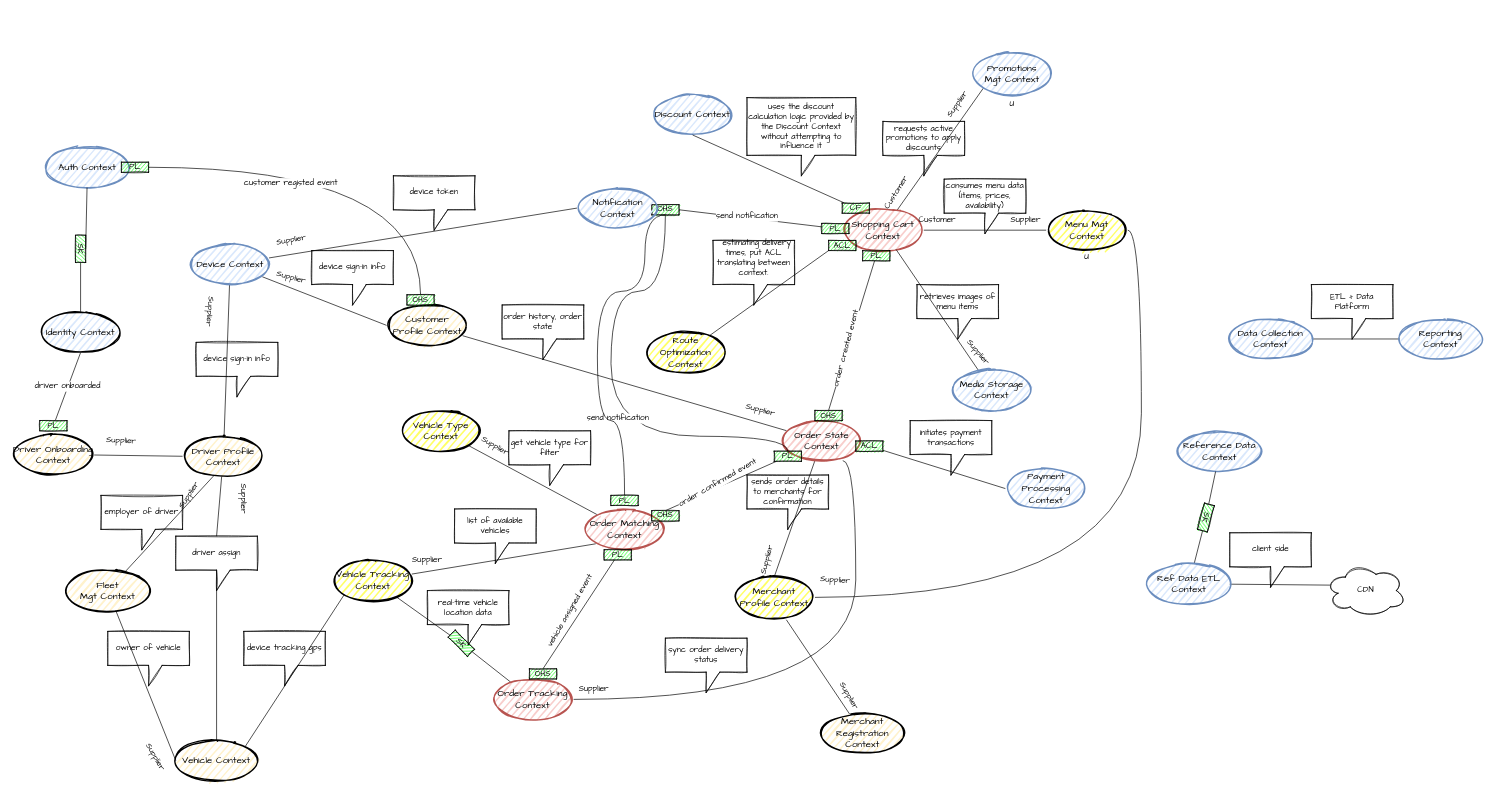
Above: page "context_map" (5 of 9) of food_delivery_design.drawio in darkclouds2357/food_order_delivery (draw.io), before the change. Source tidied: cells renumbered, new cells numbered last; positions are measured from the earlier drawing's top-left corner, leaving out a move shared by most shapes. Both pictures are drawn from the tidied source at 68%, with x=0, y=0 at pixel (12, 53).
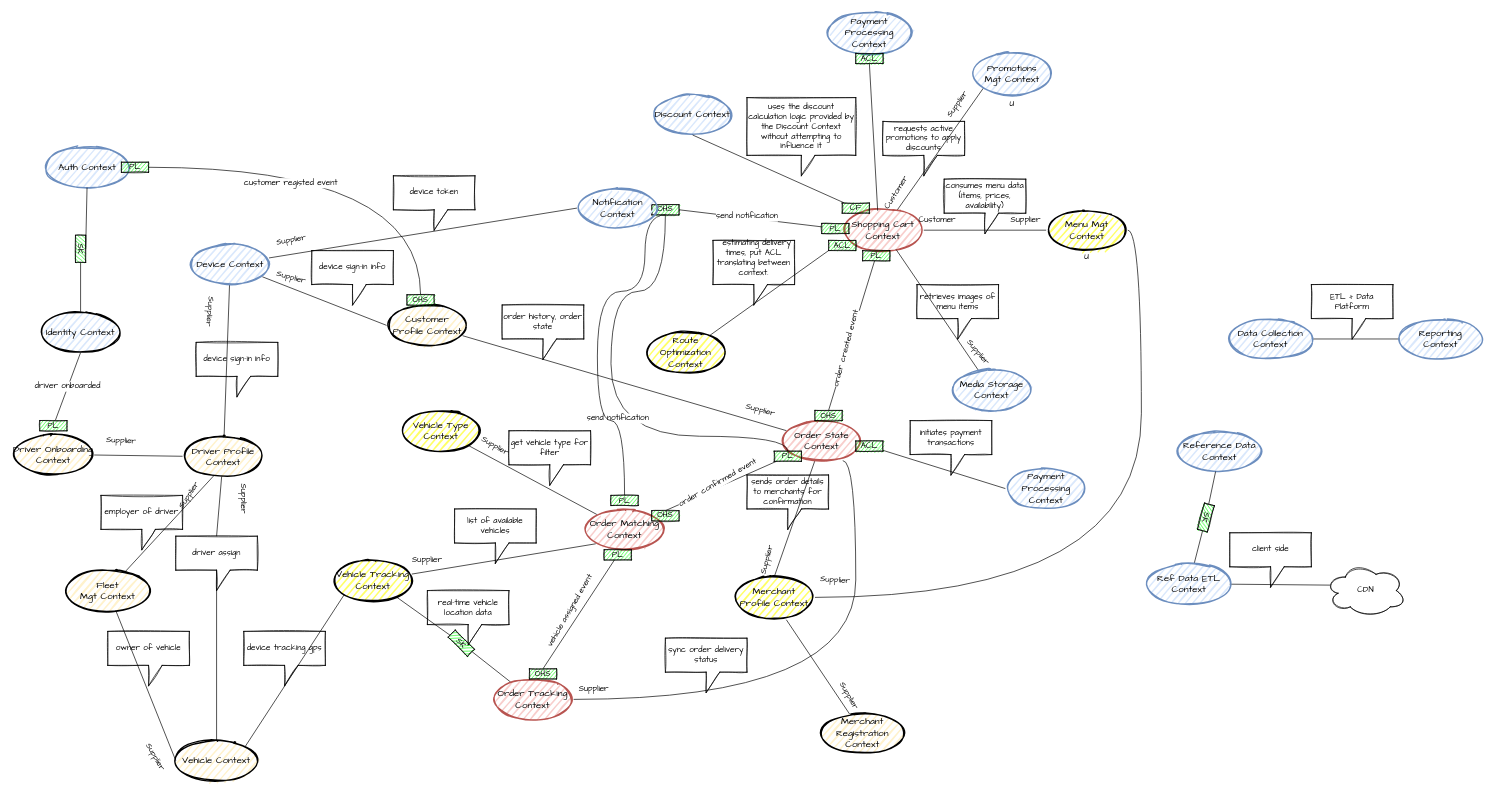
The same page after the edit.

Commit message (it also covers changes not shown here):
add canvas for Shopping Cart Context

Unchanged cells that the change refers to:
```xml
<mxCell id="3" value="&lt;span&gt;Shopping Cart Context&lt;/span&gt;" style="ellipse;whiteSpace=wrap;html=1;strokeWidth=2;fillWeight=2;hachureGap=8;fillColor=#f8cecc;fillStyle=auto;sketch=1;glass=0;fontFamily=Comic Sans MS;fontSize=14;strokeColor=#b85450;" parent="1" vertex="1">
  <mxGeometry x="1220" y="230" width="120" height="60" as="geometry" />
</mxCell>
```

Diff of the diagram source:
```diff
@@
+    <mxCell id="131" value="Payment Processing Context" style="ellipse;whiteSpace=wrap;html=1;strokeWidth=2;fillWeight=2;hachureGap=8;fillColor=#dae8fc;fillStyle=auto;sketch=1;glass=0;fontFamily=Comic Sans MS;fontSize=14;strokeColor=#6c8ebf;" parent="1" vertex="1">
+      <mxGeometry x="1200" y="-60" width="120" height="60" as="geometry" />
+    </mxCell>
+    <mxCell id="132" value="ACL" style="rounded=0;whiteSpace=wrap;html=1;sketch=1;fontFamily=Comic Sans MS;fontSize=12;strokeColor=default;fillColor=#00FF00;verticalAlign=middle;" parent="1" vertex="1">
+      <mxGeometry x="1240" width="40" height="15" as="geometry" />
+    </mxCell>
+    <mxCell id="133" style="edgeStyle=none;rounded=0;sketch=0;jettySize=auto;html=1;entryX=0.5;entryY=1;entryDx=0;entryDy=0;fontFamily=Comic Sans MS;fontSize=12;endArrow=none;endFill=0;flowAnimation=1;exitX=0.435;exitY=0.023;exitDx=0;exitDy=0;exitPerimeter=0;" parent="1" edge="1" source="3" target="132">
+      <mxGeometry relative="1" as="geometry" />
+    </mxCell>
```
